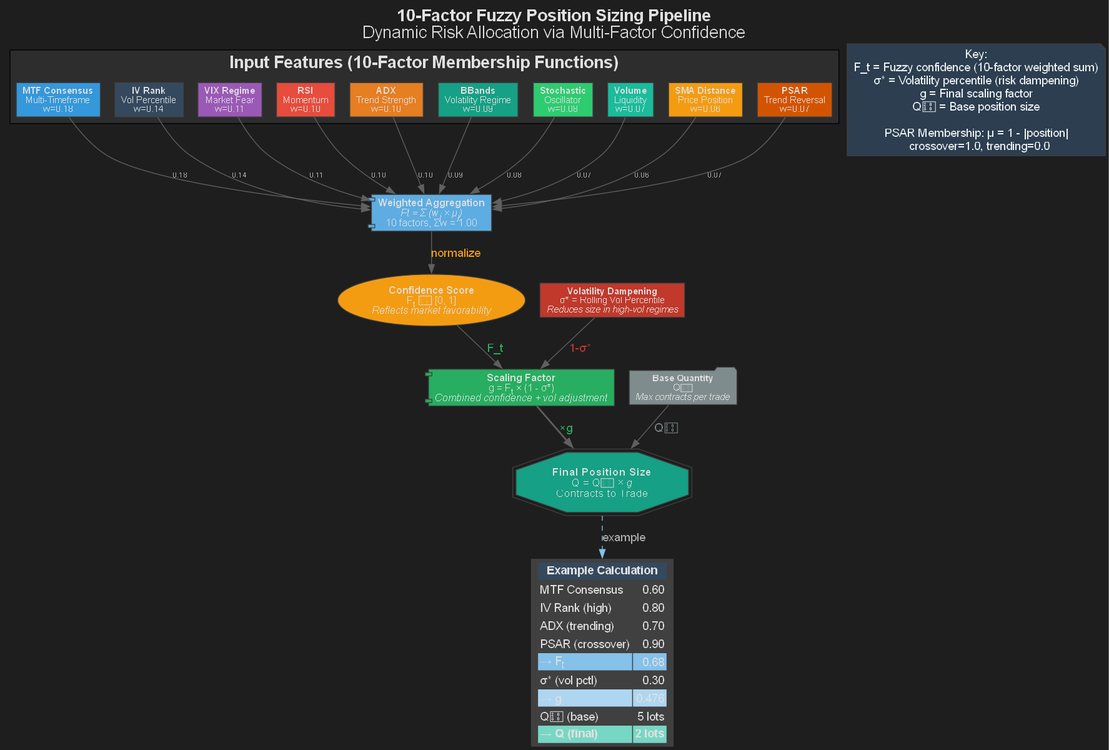
Before: docs/architecture/fuzzy_sizing_pipeline.png, a diagram exported from Graphviz (trextrader/spy-iron-condor-trading). Its source is kept beside it as docs/architecture/fuzzy_sizing_pipeline.dot.
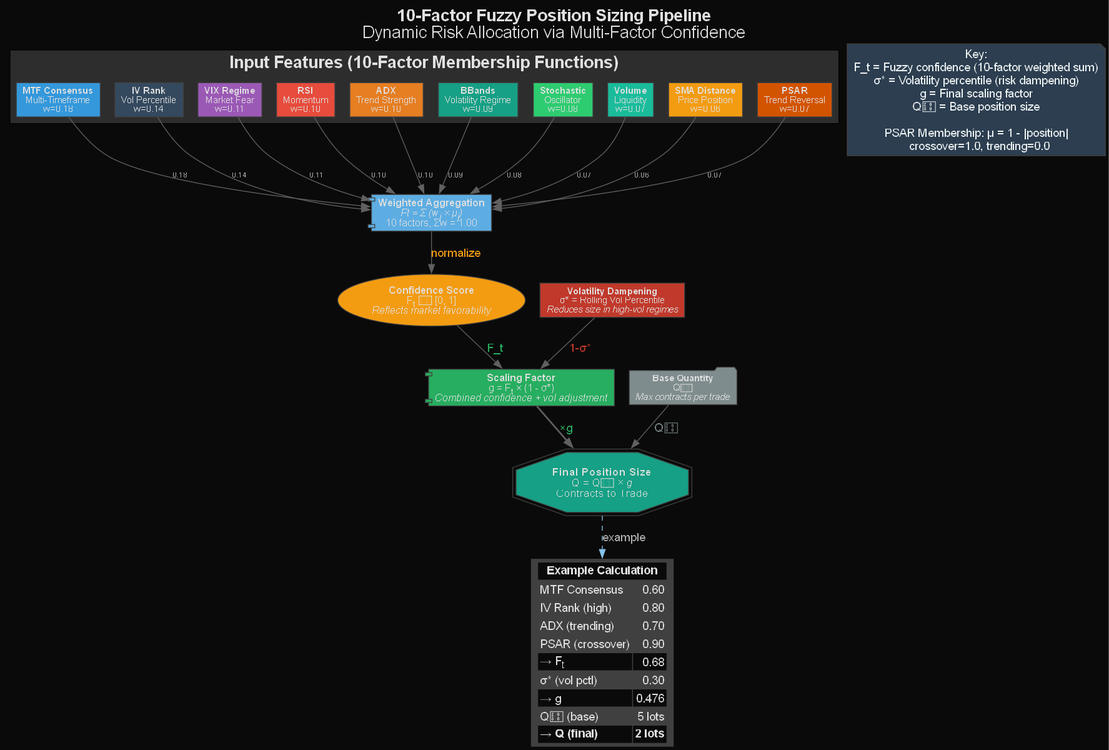
After the change.

What changed in the source:
```diff
@@ -1,6 +1,6 @@
 digraph FuzzySizingPipeline {
     rankdir=TB;
-    bgcolor="#1e1e1e";
+    bgcolor="#0a0a0a";
     fontname="Helvetica";
     fontcolor="#e0e0e0";
     node [fontname="Helvetica", fontcolor="#e0e0e0", style=filled, color="#404040"];
@@ -40,16 +40,16 @@
     final_size [label=<<b>Final Position Size</b><br/><i>Q = Q₀ × g</i><br/>Contracts to Trade>, shape=doubleoctagon, fillcolor="#16a085", fontsize=13];
 
     example [label=<<table border="0" cellborder="1" cellspacing="0">
-        <tr><td bgcolor="#34495e" colspan="2"><b>Example Calculation</b></td></tr>
+        <tr><td bgcolor="#0a0a0a" colspan="2"><b>Example Calculation</b></td></tr>
         <tr><td align="left">MTF Consensus</td><td align="right">0.60</td></tr>
         <tr><td align="left">IV Rank (high)</td><td align="right">0.80</td></tr>
         <tr><td align="left">ADX (trending)</td><td align="right">0.70</td></tr>
         <tr><td align="left">PSAR (crossover)</td><td align="right">0.90</td></tr>
-        <tr><td bgcolor="#85c1e9" align="left">→ F<SUB>t</SUB></td><td bgcolor="#85c1e9" align="right">0.68</td></tr>
+        <tr><td bgcolor="#0a0a0a" align="left">→ F<SUB>t</SUB></td><td bgcolor="#0a0a0a" align="right">0.68</td></tr>
         <tr><td align="left">σ* (vol pctl)</td><td align="right">0.30</td></tr>
-        <tr><td bgcolor="#aed6f1" align="left">→ g</td><td bgcolor="#aed6f1" align="right">0.476</td></tr>
+        <tr><td bgcolor="#0a0a0a" align="left">→ g</td><td bgcolor="#0a0a0a" align="right">0.476</td></tr>
         <tr><td align="left">Q₀ (base)</td><td align="right">5 lots</td></tr>
-        <tr><td bgcolor="#76d7c4" align="left"><b>→ Q (final)</b></td><td bgcolor="#76d7c4" align="right"><b>2 lots</b></td></tr>
+        <tr><td bgcolor="#0a0a0a" align="left"><b>→ Q (final)</b></td><td bgcolor="#0a0a0a" align="right"><b>2 lots</b></td></tr>
     </table>>, shape=plaintext];
 
     mtf -> weighted_sum [label="0.18", fontsize=9];
```
